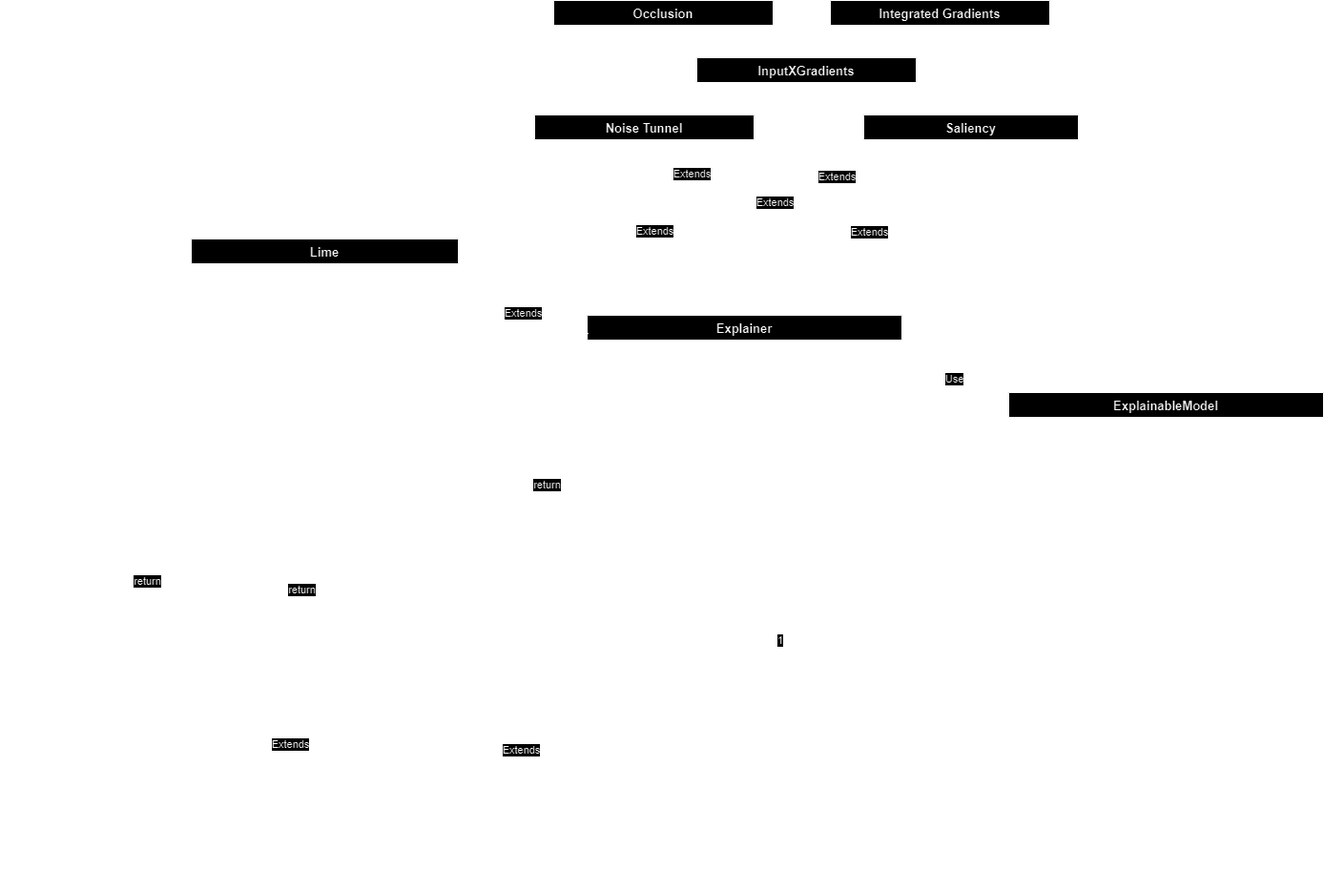
xai4space/meteors keeps this draw.io diagram as docs/img/UML-attribution-methods.png. Above is the earlier version. Source tidied: cells renumbered, new cells last; positions are measured from the earlier drawing's top-left corner, leaving out a move shared by most shapes.
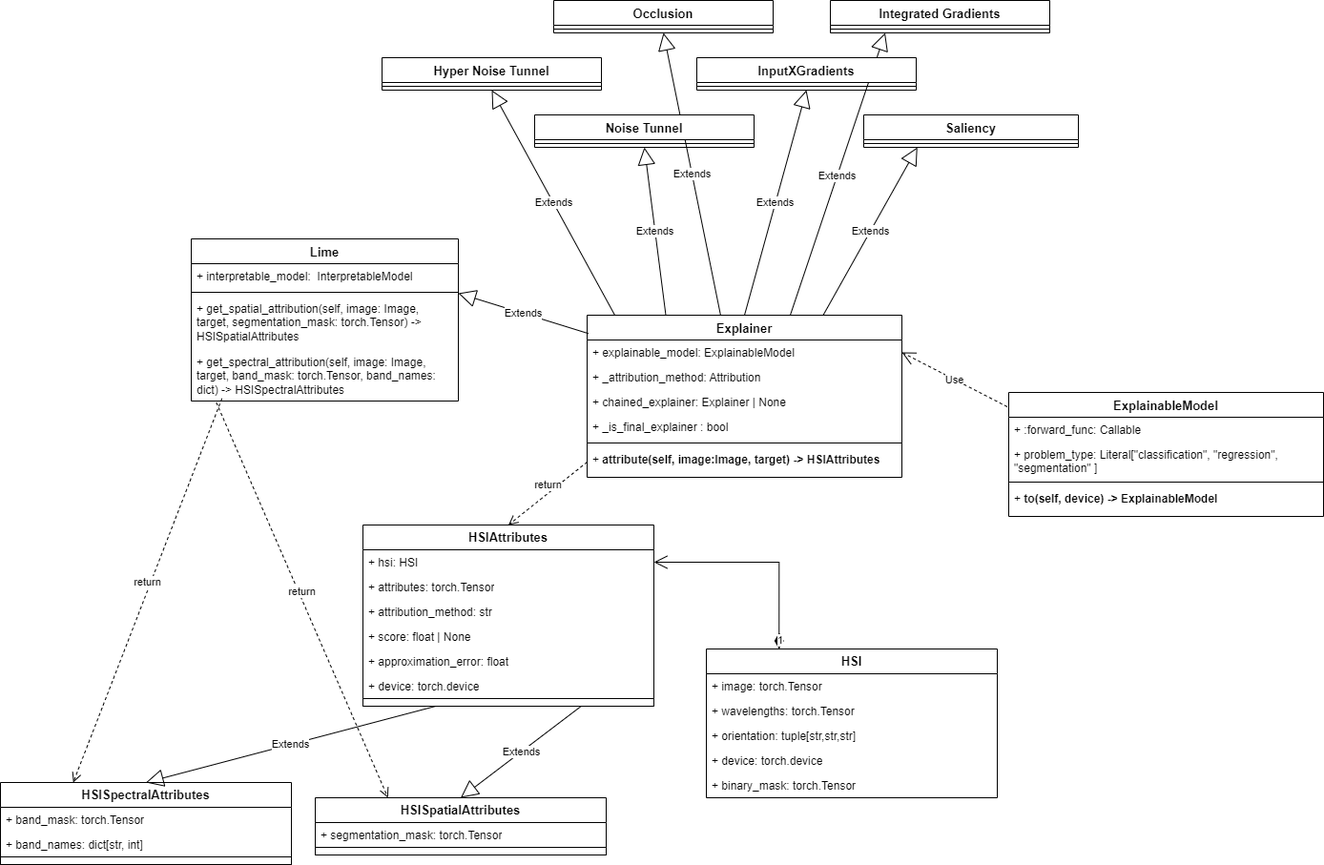
Above is the later version.

What changed in the source:
```diff
@@ -29,13 +29,13 @@
     <mxCell id="10" style="line;strokeWidth=1;fillColor=none;align=left;verticalAlign=middle;spacingTop=-1;spacingLeft=3;spacingRight=3;labelPosition=right;strokeColor=inherit;" parent="5" vertex="1">
       <mxGeometry y="130" width="330" height="8" as="geometry" />
     </mxCell>
-    <mxCell id="11" value="+ &lt;b&gt;attribute(self, image:Image, target) -&amp;gt; ImageAttributes&lt;/b&gt;" style="text;strokeColor=none;fillColor=none;align=left;verticalAlign=top;spacingLeft=4;spacingRight=4;overflow=hidden;points=[[0,0.5],[1,0.5]];portConstraint=eastwest;whiteSpace=wrap;html=1;" parent="5" vertex="1">
+    <mxCell id="11" value="+ &lt;b&gt;attribute(self, image:Image, target) -&amp;gt; HSIAttributes&lt;/b&gt;" style="text;strokeColor=none;fillColor=none;align=left;verticalAlign=top;spacingLeft=4;spacingRight=4;overflow=hidden;points=[[0,0.5],[1,0.5]];portConstraint=eastwest;whiteSpace=wrap;html=1;" parent="5" vertex="1">
       <mxGeometry y="138" width="330" height="32" as="geometry" />
     </mxCell>
-    <mxCell id="12" value="&lt;span style=&quot;font-size: 13px;&quot;&gt;&lt;b&gt;ImageAttributes&lt;/b&gt;&lt;/span&gt;" style="swimlane;fontStyle=0;horizontal=1;startSize=26;fillColor=none;whiteSpace=wrap;html=1;" parent="1" vertex="1">
+    <mxCell id="12" value="&lt;span style=&quot;font-size: 13px;&quot;&gt;&lt;b&gt;HSIAttributes&lt;/b&gt;&lt;/span&gt;" style="swimlane;fontStyle=0;horizontal=1;startSize=26;fillColor=none;whiteSpace=wrap;html=1;" parent="1" vertex="1">
       <mxGeometry x="380" y="550" width="305" height="190" as="geometry" />
     </mxCell>
-    <mxCell id="13" value="+ image: Image" style="text;strokeColor=none;fillColor=none;align=left;verticalAlign=top;spacingLeft=4;spacingRight=4;overflow=hidden;points=[[0,0.5],[1,0.5]];portConstraint=eastwest;whiteSpace=wrap;html=1;" parent="12" vertex="1">
+    <mxCell id="13" value="+ hsi: HSI" style="text;strokeColor=none;fillColor=none;align=left;verticalAlign=top;spacingLeft=4;spacingRight=4;overflow=hidden;points=[[0,0.5],[1,0.5]];portConstraint=eastwest;whiteSpace=wrap;html=1;" parent="12" vertex="1">
       <mxGeometry y="26" width="305" height="26" as="geometry" />
     </mxCell>
     <mxCell id="14" value="+ attributes: torch.Tensor" style="text;strokeColor=none;fillColor=none;align=left;verticalAlign=top;spacingLeft=4;spacingRight=4;overflow=hidden;whiteSpace=wrap;html=1;" parent="12" vertex="1">
@@ -62,7 +62,7 @@
     <mxCell id="21" value="+ :forward_func: Callable" style="text;strokeColor=none;fillColor=none;align=left;verticalAlign=top;spacingLeft=4;spacingRight=4;overflow=hidden;whiteSpace=wrap;html=1;" parent="20" vertex="1">
       <mxGeometry y="26" width="330" height="26" as="geometry" />
     </mxCell>
-    <mxCell id="22" value="+ problem_type: Literal[&quot;classification&quot;, &quot;regression&quot;, &quot;segmentation&quot;&amp;nbsp;" style="text;strokeColor=none;fillColor=none;align=left;verticalAlign=top;spacingLeft=4;spacingRight=4;overflow=hidden;whiteSpace=wrap;html=1;" parent="20" vertex="1">
+    <mxCell id="22" value="+ problem_type: Literal[&quot;classification&quot;, &quot;regression&quot;, &quot;segmentation&quot; ]" style="text;strokeColor=none;fillColor=none;align=left;verticalAlign=top;spacingLeft=4;spacingRight=4;overflow=hidden;whiteSpace=wrap;html=1;" parent="20" vertex="1">
       <mxGeometry y="52" width="330" height="38" as="geometry" />
     </mxCell>
     <mxCell id="23" style="line;strokeWidth=1;fillColor=none;align=left;verticalAlign=middle;spacingTop=-1;spacingLeft=3;spacingRight=3;labelPosition=right;strokeColor=inherit;" parent="20" vertex="1">
@@ -71,10 +71,10 @@
     <mxCell id="24" value="+ &lt;b&gt;to(self, device) -&amp;gt; ExplainableModel&lt;/b&gt;" style="text;strokeColor=none;fillColor=none;align=left;verticalAlign=top;spacingLeft=4;spacingRight=4;overflow=hidden;whiteSpace=wrap;html=1;" parent="20" vertex="1">
       <mxGeometry y="98" width="330" height="32" as="geometry" />
     </mxCell>
-    <mxCell id="25" value="&lt;span style=&quot;font-size: 13px;&quot;&gt;&lt;b&gt;Image&lt;/b&gt;&lt;/span&gt;" style="swimlane;fontStyle=0;horizontal=1;startSize=26;fillColor=none;whiteSpace=wrap;html=1;" parent="1" vertex="1">
+    <mxCell id="25" value="&lt;span style=&quot;font-size: 13px;&quot;&gt;&lt;b&gt;HSI&lt;/b&gt;&lt;/span&gt;" style="swimlane;fontStyle=0;horizontal=1;startSize=26;fillColor=none;whiteSpace=wrap;html=1;" parent="1" vertex="1">
       <mxGeometry x="740" y="680" width="305" height="156" as="geometry" />
     </mxCell>
-    <mxCell id="26" value="+ image: Image" style="text;strokeColor=none;fillColor=none;align=left;verticalAlign=top;spacingLeft=4;spacingRight=4;overflow=hidden;whiteSpace=wrap;html=1;" parent="25" vertex="1">
+    <mxCell id="26" value="+ image: torch.Tensor" style="text;strokeColor=none;fillColor=none;align=left;verticalAlign=top;spacingLeft=4;spacingRight=4;overflow=hidden;whiteSpace=wrap;html=1;" parent="25" vertex="1">
       <mxGeometry y="26" width="305" height="26" as="geometry" />
     </mxCell>
     <mxCell id="27" value="+ wavelengths: torch.Tensor" style="text;strokeColor=none;fillColor=none;align=left;verticalAlign=top;spacingLeft=4;spacingRight=4;overflow=hidden;whiteSpace=wrap;html=1;" parent="25" vertex="1">
@@ -89,20 +89,17 @@
     <mxCell id="30" value="+ binary_mask: torch.Tensor" style="text;strokeColor=none;fillColor=none;align=left;verticalAlign=top;spacingLeft=4;spacingRight=4;overflow=hidden;whiteSpace=wrap;html=1;" parent="25" vertex="1">
       <mxGeometry y="130" width="305" height="26" as="geometry" />
     </mxCell>
-    <mxCell id="31" value="&lt;span style=&quot;font-size: 13px;&quot;&gt;&lt;b&gt;ImageLimeSpatialAttributes&lt;/b&gt;&lt;/span&gt;" style="swimlane;fontStyle=0;horizontal=1;startSize=26;fillColor=none;whiteSpace=wrap;html=1;" parent="1" vertex="1">
-      <mxGeometry x="330" y="833" width="305" height="86" as="geometry" />
+    <mxCell id="31" value="&lt;span style=&quot;font-size: 13px;&quot;&gt;&lt;b&gt;HSISpatialAttributes&lt;/b&gt;&lt;/span&gt;" style="swimlane;fontStyle=0;horizontal=1;startSize=26;fillColor=none;whiteSpace=wrap;html=1;" parent="1" vertex="1">
+      <mxGeometry x="330" y="836" width="305" height="60" as="geometry" />
     </mxCell>
     <mxCell id="32" value="+ segmentation_mask: torch.Tensor" style="text;strokeColor=none;fillColor=none;align=left;verticalAlign=top;spacingLeft=4;spacingRight=4;overflow=hidden;whiteSpace=wrap;html=1;" parent="31" vertex="1">
       <mxGeometry y="26" width="305" height="26" as="geometry" />
     </mxCell>
-    <mxCell id="33" value="+ attribution_method: Literal[&quot;Hyper Lime&quot;]" style="text;strokeColor=none;fillColor=none;align=left;verticalAlign=top;spacingLeft=4;spacingRight=4;overflow=hidden;whiteSpace=wrap;html=1;" parent="31" vertex="1">
-      <mxGeometry y="52" width="305" height="26" as="geometry" />
-    </mxCell>
     <mxCell id="34" style="swimlane;startSize=0;" parent="31" vertex="1">
-      <mxGeometry y="78" width="305" height="8" as="geometry" />
+      <mxGeometry y="52" width="305" height="8" as="geometry" />
     </mxCell>
-    <mxCell id="35" value="&lt;span style=&quot;font-size: 13px;&quot;&gt;&lt;b&gt;ImageLimeSpectral&lt;/b&gt;&lt;/span&gt;&lt;b style=&quot;font-size: 13px; background-color: initial;&quot;&gt;Attributes&lt;/b&gt;" style="swimlane;fontStyle=0;horizontal=1;startSize=26;fillColor=none;whiteSpace=wrap;html=1;" parent="1" vertex="1">
-      <mxGeometry y="820" width="305" height="112" as="geometry" />
+    <mxCell id="35" value="&lt;span style=&quot;font-size: 13px;&quot;&gt;&lt;b&gt;HSISpectral&lt;/b&gt;&lt;/span&gt;&lt;b style=&quot;font-size: 13px; background-color: initial;&quot;&gt;Attributes&lt;/b&gt;" style="swimlane;fontStyle=0;horizontal=1;startSize=26;fillColor=none;whiteSpace=wrap;html=1;" parent="1" vertex="1">
+      <mxGeometry y="820" width="305" height="86" as="geometry" />
     </mxCell>
     <mxCell id="36" value="+ band_mask: torch.Tensor" style="text;strokeColor=none;fillColor=none;align=left;verticalAlign=top;spacingLeft=4;spacingRight=4;overflow=hidden;whiteSpace=wrap;html=1;" parent="35" vertex="1">
       <mxGeometry y="26" width="305" height="26" as="geometry" />
@@ -110,11 +107,8 @@
     <mxCell id="37" value="+ band_names: dict[str, int]" style="text;strokeColor=none;fillColor=none;align=left;verticalAlign=top;spacingLeft=4;spacingRight=4;overflow=hidden;whiteSpace=wrap;html=1;" parent="35" vertex="1">
       <mxGeometry y="52" width="305" height="26" as="geometry" />
     </mxCell>
-    <mxCell id="38" value="+ attribution_method: Literal[&quot;Hyper Lime&quot;]" style="text;strokeColor=none;fillColor=none;align=left;verticalAlign=top;spacingLeft=4;spacingRight=4;overflow=hidden;whiteSpace=wrap;html=1;" parent="35" vertex="1">
-      <mxGeometry y="78" width="305" height="26" as="geometry" />
-    </mxCell>
     <mxCell id="39" style="swimlane;startSize=0;" parent="35" vertex="1">
-      <mxGeometry y="104" width="305" height="8" as="geometry" />
+      <mxGeometry y="78" width="305" height="8" as="geometry" />
     </mxCell>
     <mxCell id="40" value="Use" style="endArrow=open;endSize=12;dashed=1;html=1;rounded=0;exitX=-0.005;exitY=0.115;exitDx=0;exitDy=0;entryX=1;entryY=0.5;entryDx=0;entryDy=0;exitPerimeter=0;" parent="1" edge="1" source="20" target="6">
       <mxGeometry relative="1" as="geometry" />
@@ -152,10 +146,10 @@
     <mxCell id="51" style="line;strokeWidth=1;fillColor=none;align=left;verticalAlign=middle;spacingTop=-1;spacingLeft=3;spacingRight=3;labelPosition=right;strokeColor=inherit;" parent="49" vertex="1">
       <mxGeometry y="52" width="280" height="8" as="geometry" />
     </mxCell>
-    <mxCell id="52" value="+ get_spatial_attribution(self, image: Image, target, segmentation_mask: torch.Tensor) -&amp;gt; ImageLimeSpatialAttributes" style="text;strokeColor=none;fillColor=none;align=left;verticalAlign=top;spacingLeft=4;spacingRight=4;overflow=hidden;whiteSpace=wrap;html=1;" parent="49" vertex="1">
+    <mxCell id="52" value="+ get_spatial_attribution(self, image: Image, target, segmentation_mask: torch.Tensor) -&amp;gt; HSISpatialAttributes" style="text;strokeColor=none;fillColor=none;align=left;verticalAlign=top;spacingLeft=4;spacingRight=4;overflow=hidden;whiteSpace=wrap;html=1;" parent="49" vertex="1">
       <mxGeometry y="60" width="280" height="56" as="geometry" />
     </mxCell>
-    <mxCell id="53" value="+ get_spectral_attribution(self, image: Image, target, band_mask: torch.Tensor, band_names: dict) -&amp;gt; ImageLimeSpectralAttributes" style="text;strokeColor=none;fillColor=none;align=left;verticalAlign=top;spacingLeft=4;spacingRight=4;overflow=hidden;points=[[0,0.5],[1,0.5]];portConstraint=eastwest;whiteSpace=wrap;html=1;" parent="49" vertex="1">
+    <mxCell id="53" value="+ get_spectral_attribution(self, image: Image, target, band_mask: torch.Tensor, band_names: dict) -&amp;gt; HSISpectralAttributes" style="text;strokeColor=none;fillColor=none;align=left;verticalAlign=top;spacingLeft=4;spacingRight=4;overflow=hidden;points=[[0,0.5],[1,0.5]];portConstraint=eastwest;whiteSpace=wrap;html=1;" parent="49" vertex="1">
       <mxGeometry y="116" width="280" height="54" as="geometry" />
     </mxCell>
     <mxCell id="54" value="Extends" style="endArrow=block;endSize=16;endFill=0;html=1;rounded=0;entryX=0.25;entryY=1;entryDx=0;entryDy=0;exitX=0.75;exitY=0;exitDx=0;exitDy=0;" parent="1" edge="1" source="5" target="45">
@@ -193,5 +187,14 @@
     <mxCell id="64" value="return" style="html=1;verticalAlign=bottom;endArrow=open;dashed=1;endSize=8;curved=0;rounded=0;exitX=0.115;exitY=0.95;exitDx=0;exitDy=0;entryX=0.25;entryY=0;entryDx=0;entryDy=0;exitPerimeter=0;" parent="1" edge="1" source="53" target="35">
       <mxGeometry relative="1" as="geometry" />
     </mxCell>
+    <mxCell id="65" value="&lt;b style=&quot;font-size: 13px;&quot;&gt;Hyper Noise Tunnel&lt;/b&gt;" style="swimlane;fontStyle=1;align=center;verticalAlign=top;horizontal=1;startSize=26;whiteSpace=wrap;html=1;" parent="1" vertex="1">
+      <mxGeometry x="400" y="60" width="230" height="34" as="geometry" />
+    </mxCell>
+    <mxCell id="66" style="line;strokeWidth=1;fillColor=none;align=left;verticalAlign=middle;spacingTop=-1;spacingLeft=3;spacingRight=3;labelPosition=right;strokeColor=inherit;" parent="65" vertex="1">
+      <mxGeometry y="26" width="230" height="8" as="geometry" />
+    </mxCell>
+    <mxCell id="67" value="Extends" style="endArrow=block;endSize=16;endFill=0;html=1;rounded=0;entryX=0.5;entryY=1;entryDx=0;entryDy=0;exitX=0.088;exitY=0;exitDx=0;exitDy=0;exitPerimeter=0;" parent="1" edge="1" source="5" target="65">
+      <mxGeometry relative="1" as="geometry" />
+    </mxCell>
   </root>
 </mxGraphModel>
```
